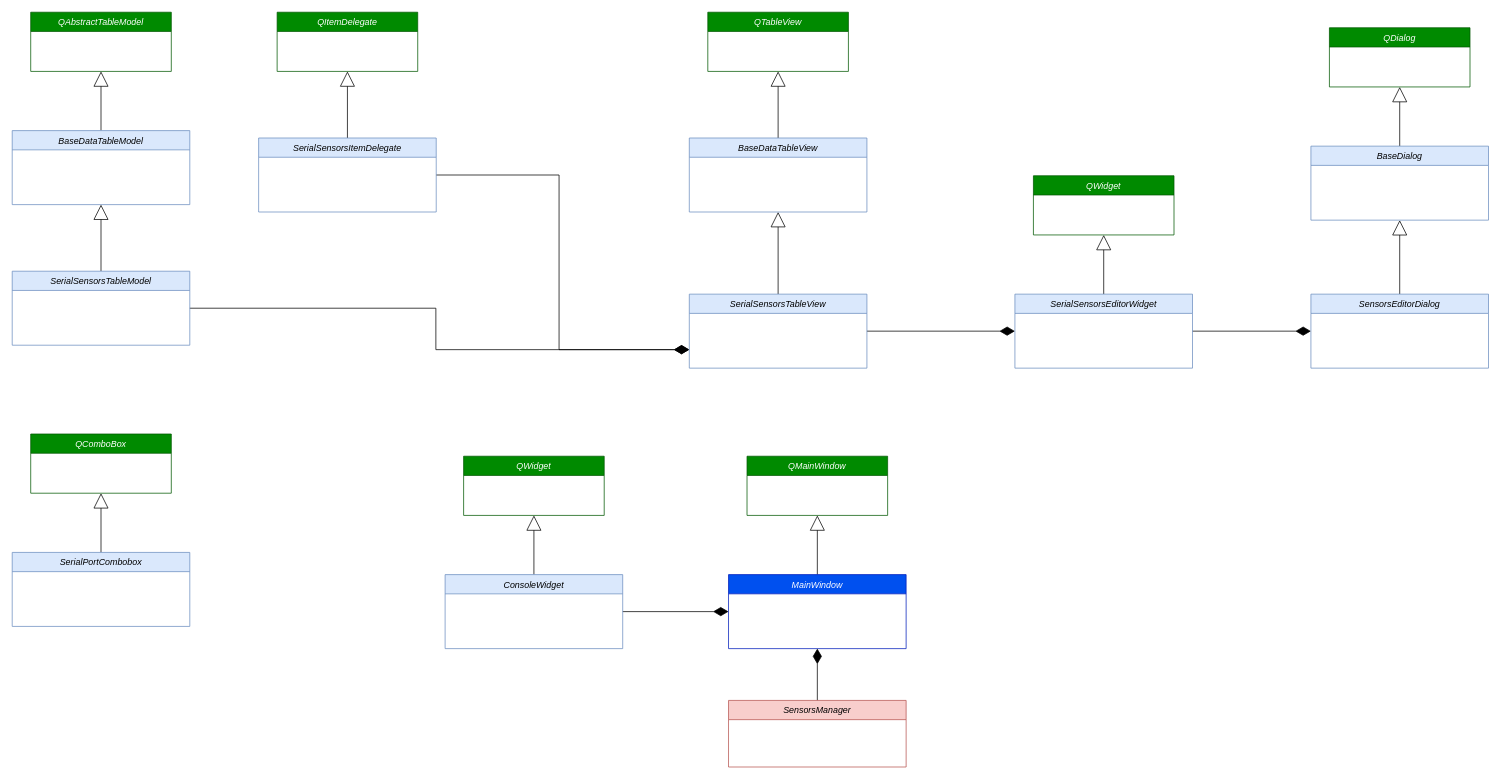
The draw.io diagram Doc/UML/Front.drawio in Unreal34/SensorMonitor, before the edit. Source tidied: cells renumbered, new cells numbered last; positions are measured from the earlier drawing's top-left corner, leaving out a move shared by most shapes. Both pictures are drawn from the tidied source at 74%, with x=0, y=0 at pixel (12, 12).
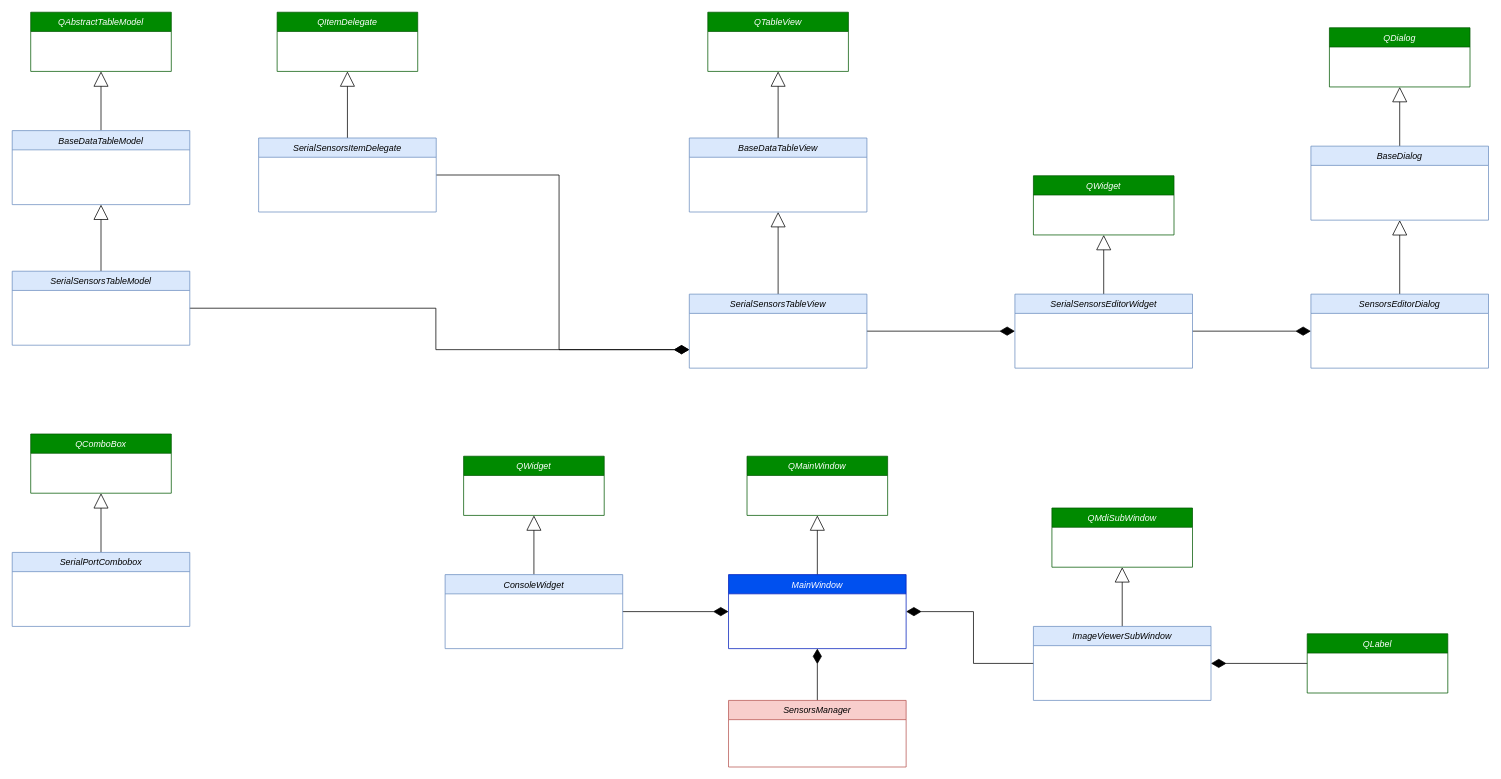
Above is the later version.

Unchanged cells that the change refers to:
```xml
<mxCell id="8" value="MainWindow" style="swimlane;fontStyle=2;align=center;verticalAlign=top;horizontal=1;startSize=26;rounded=0;shadow=0;strokeWidth=1;fillColor=#0050ef;strokeColor=#001DBC;fontColor=#ffffff;" parent="1" vertex="1">
  <mxGeometry x="968" y="760" width="240" height="100" as="geometry" />
</mxCell>
```

Diff of the diagram source:
```diff
@@
+    <mxCell id="39" style="edgeStyle=orthogonalEdgeStyle;rounded=0;jettySize=auto;html=1;endArrow=block;endFill=0;endSize=18;" parent="1" edge="1" source="41" target="42">
+      <mxGeometry relative="1" as="geometry" />
+    </mxCell>
+    <mxCell id="40" style="edgeStyle=orthogonalEdgeStyle;rounded=0;jettySize=auto;html=1;endArrow=diamondThin;endFill=1;endSize=18;" parent="1" edge="1" source="41" target="8">
+      <mxGeometry relative="1" as="geometry" />
+    </mxCell>
+    <mxCell id="41" value="ImageViewerSubWindow" style="swimlane;fontStyle=2;align=center;verticalAlign=top;horizontal=1;startSize=26;rounded=0;shadow=0;strokeWidth=1;fillColor=#dae8fc;strokeColor=#6c8ebf;" parent="1" vertex="1">
+      <mxGeometry x="1380" y="830" width="240" height="100" as="geometry" />
+    </mxCell>
+    <mxCell id="42" value="QMdiSubWindow" style="swimlane;fontStyle=2;align=center;verticalAlign=top;horizontal=1;startSize=26;rounded=0;shadow=0;strokeWidth=1;fillColor=#008a00;fontColor=#ffffff;strokeColor=#005700;" parent="1" vertex="1">
+      <mxGeometry x="1405" y="670" width="190" height="80" as="geometry" />
+    </mxCell>
+    <mxCell id="43" style="edgeStyle=orthogonalEdgeStyle;rounded=0;jettySize=auto;html=1;endArrow=diamondThin;endFill=1;endSize=18;" parent="1" edge="1" source="44" target="41">
+      <mxGeometry relative="1" as="geometry" />
+    </mxCell>
+    <mxCell id="44" value="QLabel" style="swimlane;fontStyle=2;align=center;verticalAlign=top;horizontal=1;startSize=26;rounded=0;shadow=0;strokeWidth=1;fillColor=#008a00;fontColor=#ffffff;strokeColor=#005700;" parent="1" vertex="1">
+      <mxGeometry x="1750" y="840" width="190" height="80" as="geometry" />
+    </mxCell>
```
